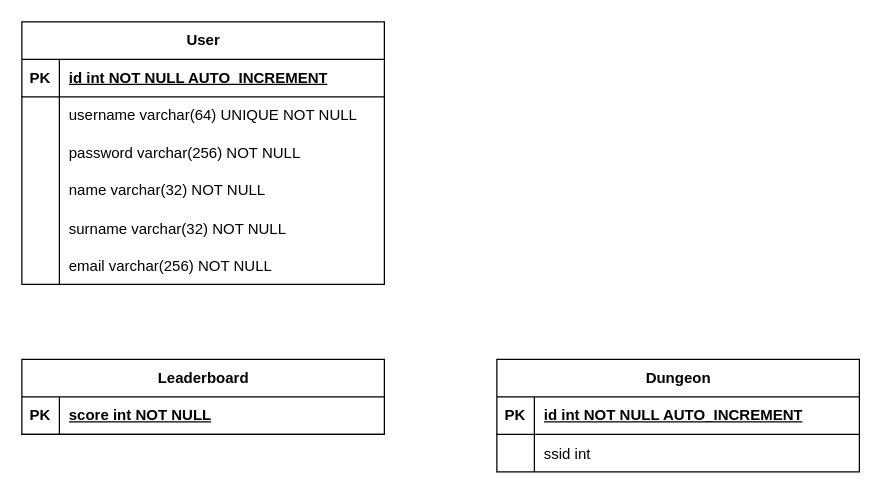
This is 7_Allegati/DataBase/Schema-Logico-DB.drawio from smanedn/ColorfulSongs, a draw.io file, before an edit. Source tidied: cells renumbered, new cells numbered last; positions are measured from the earlier drawing's top-left corner, leaving out a move shared by most shapes. Both pictures are drawn from the tidied source at 125%, with x=0, y=0 at pixel (21, 21).
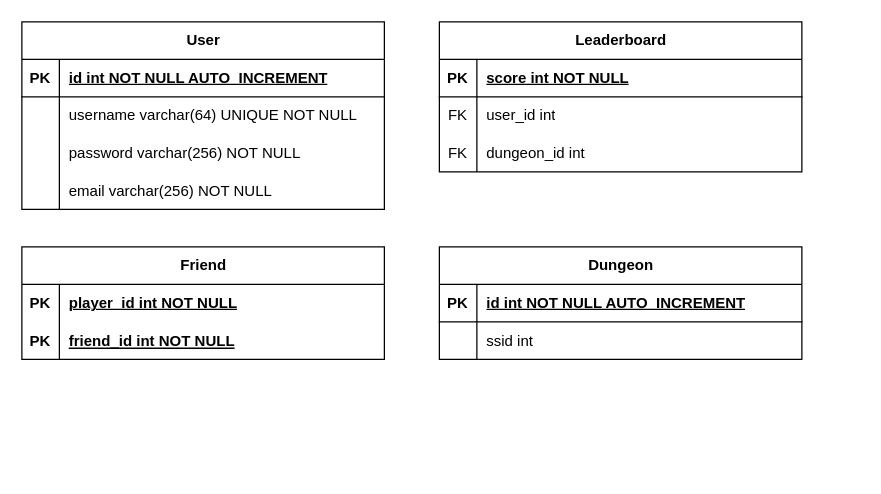
The same diagram, later.

Change to the diagram source:
```diff
@@
     <mxCell id="2" value="&lt;span style=&quot;text-wrap: wrap;&quot;&gt;User&lt;/span&gt;" style="shape=table;startSize=30;childLayout=tableLayout;rowLines=0;fontStyle=1;align=center;html=1;" parent="1" vertex="1">
-      <mxGeometry width="290" height="210" as="geometry" />
+      <mxGeometry width="290" height="150" as="geometry" />
     </mxCell>
@@
-    <mxCell id="12" style="shape=tableRow;horizontal=0;startSize=0;swimlaneHead=0;swimlaneBody=0;fillColor=none;top=0;left=0;right=0;bottom=0;" parent="2" vertex="1">
-      <mxGeometry y="120" width="290" height="30" as="geometry" />
-    </mxCell>
-    <mxCell id="13" style="shape=partialRectangle;fillColor=none;top=0;left=0;bottom=0;right=0;overflow=hidden;whiteSpace=wrap;html=1;" parent="12" vertex="1">
-      <mxGeometry width="30" height="30" as="geometry" />
-    </mxCell>
-    <mxCell id="14" value="&lt;span style=&quot;text-wrap: nowrap;&quot;&gt;name varchar(32) NOT NULL&lt;/span&gt;" style="shape=partialRectangle;fillColor=none;top=0;left=0;bottom=0;right=0;align=left;spacingLeft=6;overflow=hidden;whiteSpace=wrap;html=1;" parent="12" vertex="1">
-      <mxGeometry x="30" width="260" height="30" as="geometry" />
-    </mxCell>
-    <mxCell id="15" style="shape=tableRow;horizontal=0;startSize=0;swimlaneHead=0;swimlaneBody=0;fillColor=none;top=0;left=0;right=0;bottom=0;" parent="2" vertex="1">
-      <mxGeometry y="150" width="290" height="30" as="geometry" />
-    </mxCell>
-    <mxCell id="16" style="shape=partialRectangle;fillColor=none;top=0;left=0;bottom=0;right=0;overflow=hidden;" parent="15" vertex="1">
-      <mxGeometry width="30" height="30" as="geometry" />
-    </mxCell>
-    <mxCell id="17" value="surname varchar(32) NOT NULL" style="shape=partialRectangle;fillColor=none;top=0;left=0;bottom=0;right=0;align=left;spacingLeft=6;overflow=hidden;" parent="15" vertex="1">
-      <mxGeometry x="30" width="260" height="30" as="geometry" />
-    </mxCell>
     <mxCell id="18" style="shape=tableRow;horizontal=0;startSize=0;swimlaneHead=0;swimlaneBody=0;fillColor=none;top=0;left=0;right=0;bottom=0;" parent="2" vertex="1">
-      <mxGeometry y="180" width="290" height="30" as="geometry" />
+      <mxGeometry y="120" width="290" height="30" as="geometry" />
     </mxCell>
@@
     <mxCell id="21" value="&lt;span style=&quot;text-wrap: wrap;&quot;&gt;Leaderboard&lt;/span&gt;" style="shape=table;startSize=30;childLayout=tableLayout;rowLines=0;fontStyle=1;align=center;html=1;" parent="1" vertex="1">
-      <mxGeometry y="270" width="290" height="60" as="geometry" />
+      <mxGeometry x="334" width="290" height="120" as="geometry" />
     </mxCell>
@@
+    <mxCell id="32" style="shape=tableRow;horizontal=0;startSize=0;swimlaneHead=0;swimlaneBody=0;fillColor=none;top=0;left=0;right=0;bottom=0;" parent="21" vertex="1">
+      <mxGeometry y="60" width="290" height="30" as="geometry" />
+    </mxCell>
+    <mxCell id="33" value="FK" style="shape=partialRectangle;fillColor=none;top=0;left=0;bottom=0;right=0;fontStyle=0;overflow=hidden;whiteSpace=wrap;html=1;" parent="32" vertex="1">
+      <mxGeometry width="30" height="30" as="geometry" />
+    </mxCell>
+    <mxCell id="34" value="user_id int" style="shape=partialRectangle;fillColor=none;top=0;left=0;bottom=0;right=0;align=left;spacingLeft=6;fontStyle=0;overflow=hidden;whiteSpace=wrap;html=1;" parent="32" vertex="1">
+      <mxGeometry x="30" width="260" height="30" as="geometry" />
+    </mxCell>
+    <mxCell id="35" style="shape=tableRow;horizontal=0;startSize=0;swimlaneHead=0;swimlaneBody=0;fillColor=none;top=0;left=0;right=0;bottom=0;" parent="21" vertex="1">
+      <mxGeometry y="90" width="290" height="30" as="geometry" />
+    </mxCell>
+    <mxCell id="36" value="FK" style="shape=partialRectangle;fillColor=none;top=0;left=0;bottom=0;right=0;fontStyle=0;overflow=hidden;whiteSpace=wrap;html=1;" parent="35" vertex="1">
+      <mxGeometry width="30" height="30" as="geometry" />
+    </mxCell>
+    <mxCell id="37" value="dungeon_id int" style="shape=partialRectangle;fillColor=none;top=0;left=0;bottom=0;right=0;align=left;spacingLeft=6;fontStyle=0;overflow=hidden;whiteSpace=wrap;html=1;" parent="35" vertex="1">
+      <mxGeometry x="30" width="260" height="30" as="geometry" />
+    </mxCell>
     <mxCell id="25" value="&lt;span style=&quot;text-wrap: wrap;&quot;&gt;Dungeon&lt;/span&gt;" style="shape=table;startSize=30;childLayout=tableLayout;rowLines=0;fontStyle=1;align=center;html=1;" parent="1" vertex="1">
-      <mxGeometry x="380" y="270" width="290" height="90" as="geometry" />
+      <mxGeometry x="334" y="180" width="290" height="90" as="geometry" />
     </mxCell>
@@
+    <mxCell id="38" value="&lt;span style=&quot;text-wrap: wrap;&quot;&gt;Friend&lt;/span&gt;" style="shape=table;startSize=30;childLayout=tableLayout;rowLines=0;fontStyle=1;align=center;html=1;" parent="1" vertex="1">
+      <mxGeometry y="180" width="290" height="90" as="geometry" />
+    </mxCell>
+    <mxCell id="39" style="shape=tableRow;horizontal=0;startSize=0;swimlaneHead=0;swimlaneBody=0;fillColor=none;top=0;left=0;right=0;bottom=0;strokeColor=default;swimlaneLine=1;" parent="38" vertex="1">
+      <mxGeometry y="30" width="290" height="30" as="geometry" />
+    </mxCell>
+    <mxCell id="40" value="PK" style="shape=partialRectangle;fillColor=none;top=0;left=0;bottom=0;right=0;fontStyle=1;overflow=hidden;whiteSpace=wrap;html=1;" parent="39" vertex="1">
+      <mxGeometry width="30" height="30" as="geometry" />
+    </mxCell>
+    <mxCell id="41" value="player_id int NOT NULL" style="shape=partialRectangle;fillColor=none;top=0;left=0;bottom=0;right=0;align=left;spacingLeft=6;fontStyle=5;overflow=hidden;whiteSpace=wrap;html=1;" parent="39" vertex="1">
+      <mxGeometry x="30" width="260" height="30" as="geometry" />
+    </mxCell>
+    <mxCell id="42" style="shape=tableRow;horizontal=0;startSize=0;swimlaneHead=0;swimlaneBody=0;fillColor=none;top=0;left=0;right=0;bottom=0;" parent="38" vertex="1">
+      <mxGeometry y="60" width="290" height="30" as="geometry" />
+    </mxCell>
+    <mxCell id="43" value="PK" style="shape=partialRectangle;fillColor=none;top=0;left=0;bottom=0;right=0;overflow=hidden;fontStyle=1;" parent="42" vertex="1">
+      <mxGeometry width="30" height="30" as="geometry" />
+    </mxCell>
+    <mxCell id="44" value="friend_id int NOT NULL" style="shape=partialRectangle;fillColor=none;top=0;left=0;bottom=0;right=0;align=left;spacingLeft=6;overflow=hidden;fontStyle=5;" parent="42" vertex="1">
+      <mxGeometry x="30" width="260" height="30" as="geometry" />
+    </mxCell>
```
